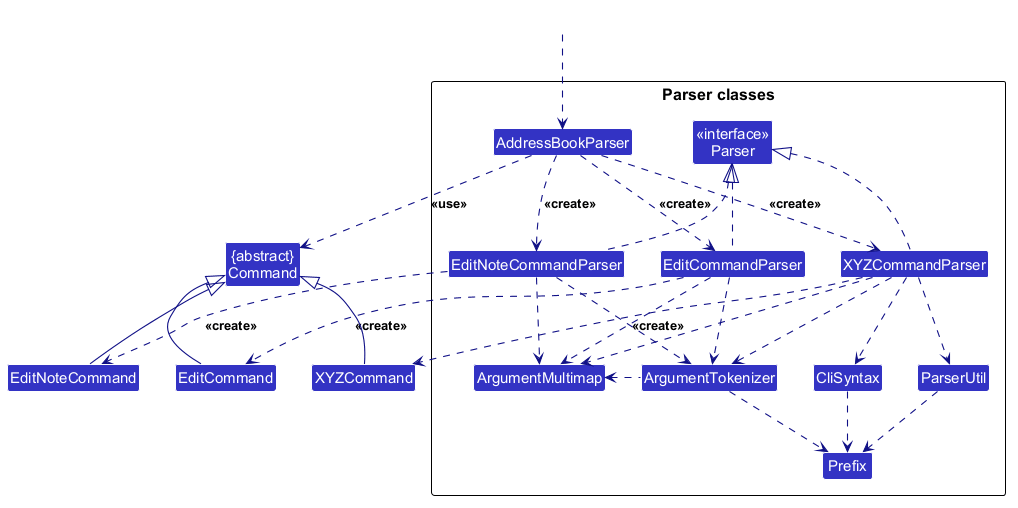
Before: docs/images/ParserClasses.png, a diagram exported from PlantUML (AY2627S1-CS2103T-F09-1/tp).
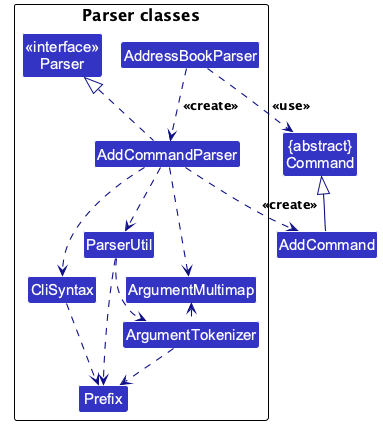
Above is the later version.

Commit message:
Explain Logic using the add command

What changed in the source:
```diff
@@ -1,20 +1,17 @@
 @startuml
 !include style.puml
+!pragma layout smetana
 skinparam arrowThickness 1.1
 skinparam arrowColor LOGIC_COLOR_T4
 skinparam classBackgroundColor LOGIC_COLOR
 
 Class "{abstract}\nCommand" as Command
-Class XYZCommand
-Class EditCommand
-Class EditNoteCommand
+Class AddCommand
 
 package "Parser classes"{
 Class "<<interface>>\nParser" as Parser
 Class AddressBookParser
-Class XYZCommandParser
-Class EditCommandParser
-Class EditNoteCommandParser
+Class AddCommandParser
 Class CliSyntax
 Class ParserUtil
 Class ArgumentMultimap
@@ -22,33 +19,19 @@
 Class Prefix
 }
 
-Class HiddenOutside #FFFFFF
-HiddenOutside ..> AddressBookParser
 
-AddressBookParser .down.> XYZCommandParser: <<create>>
-AddressBookParser .down.> EditCommandParser: <<create>>
-AddressBookParser .down.> EditNoteCommandParser: <<create>>
+AddressBookParser .down.> AddCommandParser: <<create>>
 
-XYZCommandParser ..> XYZCommand : <<create>>
-EditCommandParser ..> EditCommand : <<create>>
-EditNoteCommandParser ..> EditNoteCommand : <<create>>
+AddCommandParser ..> AddCommand : <<create>>
 AddressBookParser ..> Command : <<use>>
-XYZCommandParser .up.|> Parser
-EditCommandParser .up.|> Parser
-EditNoteCommandParser .up.|> Parser
-XYZCommandParser ..> ArgumentMultimap
-EditCommandParser ..> ArgumentMultimap
-EditNoteCommandParser ..> ArgumentMultimap
-XYZCommandParser ..> ArgumentTokenizer
-EditCommandParser ..> ArgumentTokenizer
-EditNoteCommandParser ..> ArgumentTokenizer
+AddCommandParser .up.|> Parser
+AddCommandParser ..> ArgumentMultimap
 ArgumentTokenizer .left.> ArgumentMultimap
-XYZCommandParser ..> CliSyntax
+AddCommandParser ..> CliSyntax
 CliSyntax ..> Prefix
-XYZCommandParser ..> ParserUtil
+AddCommandParser ..> ParserUtil
 ParserUtil .down.> Prefix
+ParserUtil ..> ArgumentTokenizer
 ArgumentTokenizer .down.> Prefix
-XYZCommand -up-|> Command
-EditCommand -up-|> Command
-EditNoteCommand -up-|> Command
+AddCommand -up-|> Command
 @enduml
```
